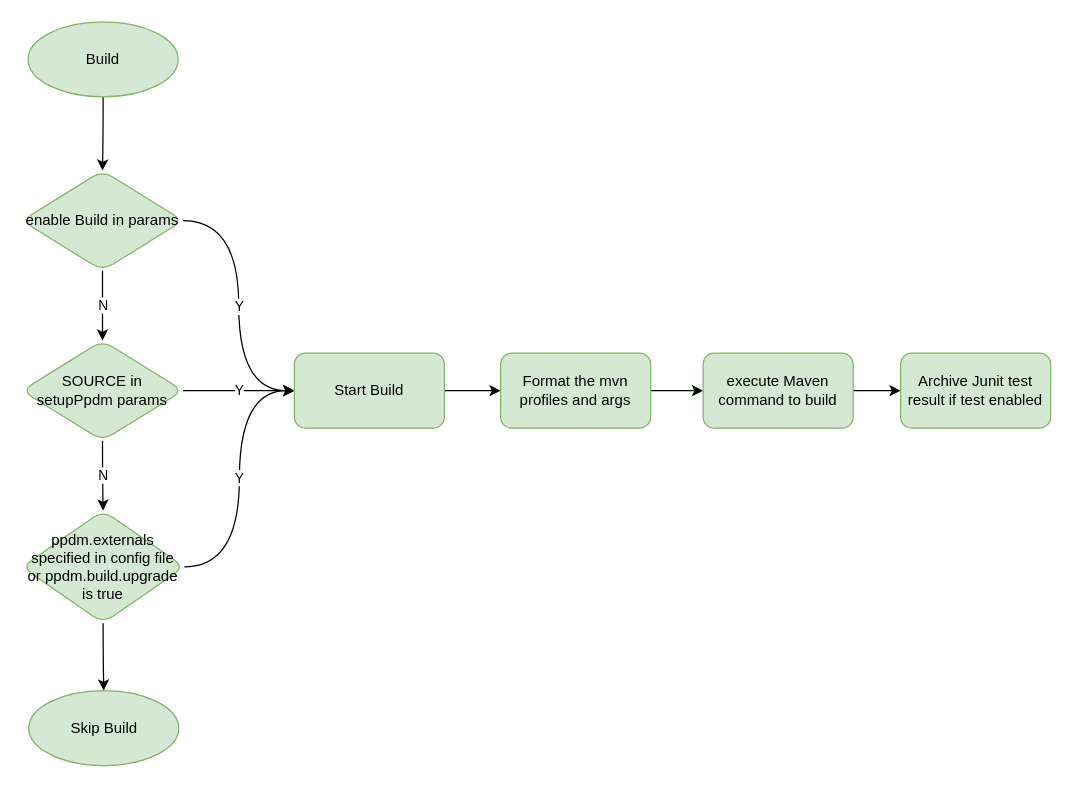
gaivin/drawio keeps this draw.io diagram as page "Build" (3 of 5) of fs_index.drawio. Above is the earlier version. Source tidied: cells renumbered, new cells numbered last; positions are measured from the earlier drawing's top-left corner, leaving out a move shared by most shapes. Both pictures are drawn from the tidied source at 125%, with x=0, y=0 at pixel (21, 21).
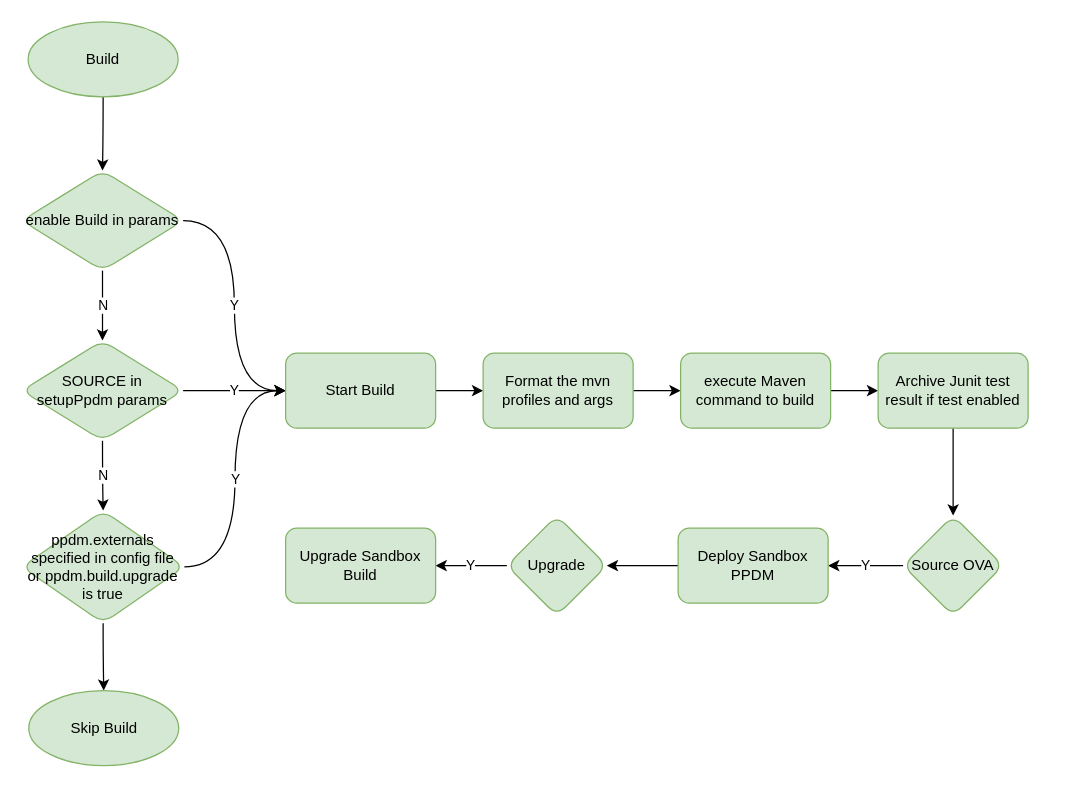
The same page after the edit.

Change to the diagram source:
```diff
@@
     <mxCell id="12" value="Start Build" style="whiteSpace=wrap;html=1;fillColor=#d5e8d4;strokeColor=#82b366;rounded=1;" parent="1" vertex="1">
-      <mxGeometry x="218" y="265" width="120" height="60" as="geometry" />
+      <mxGeometry x="211" y="265" width="120" height="60" as="geometry" />
     </mxCell>
@@
     <mxCell id="17" value="Format the mvn profiles and args" style="whiteSpace=wrap;html=1;fillColor=#d5e8d4;strokeColor=#82b366;rounded=1;" parent="1" vertex="1">
-      <mxGeometry x="383" y="265" width="120" height="60" as="geometry" />
+      <mxGeometry x="369" y="265" width="120" height="60" as="geometry" />
     </mxCell>
@@
     <mxCell id="19" value="execute Maven command to build" style="whiteSpace=wrap;html=1;fillColor=#d5e8d4;strokeColor=#82b366;rounded=1;" parent="1" vertex="1">
-      <mxGeometry x="545" y="265" width="120" height="60" as="geometry" />
+      <mxGeometry x="527" y="265" width="120" height="60" as="geometry" />
     </mxCell>
+    <mxCell id="21" style="edgeStyle=orthogonalEdgeStyle;curved=1;rounded=0;jettySize=auto;html=1;" parent="1" edge="1" source="20" target="23">
+      <mxGeometry relative="1" as="geometry" />
+    </mxCell>
     <mxCell id="20" value="Archive Junit test result if test enabled" style="whiteSpace=wrap;html=1;fillColor=#d5e8d4;strokeColor=#82b366;rounded=1;" parent="1" vertex="1">
-      <mxGeometry x="703" y="265" width="120" height="60" as="geometry" />
+      <mxGeometry x="685" y="265" width="120" height="60" as="geometry" />
     </mxCell>
+    <mxCell id="22" value="Y" style="edgeStyle=orthogonalEdgeStyle;curved=1;rounded=0;jettySize=auto;html=1;" parent="1" edge="1" source="23" target="25">
+      <mxGeometry relative="1" as="geometry" />
+    </mxCell>
+    <mxCell id="23" value="Source OVA" style="rhombus;whiteSpace=wrap;html=1;fillColor=#d5e8d4;strokeColor=#82b366;rounded=1;" parent="1" vertex="1">
+      <mxGeometry x="705" y="395" width="80" height="80" as="geometry" />
+    </mxCell>
+    <mxCell id="24" style="edgeStyle=orthogonalEdgeStyle;curved=1;rounded=0;jettySize=auto;html=1;" parent="1" edge="1" source="25" target="27">
+      <mxGeometry relative="1" as="geometry" />
+    </mxCell>
+    <mxCell id="25" value="Deploy Sandbox PPDM" style="whiteSpace=wrap;html=1;fillColor=#d5e8d4;strokeColor=#82b366;rounded=1;" parent="1" vertex="1">
+      <mxGeometry x="525" y="405" width="120" height="60" as="geometry" />
+    </mxCell>
+    <mxCell id="26" value="Y" style="edgeStyle=orthogonalEdgeStyle;curved=1;rounded=0;jettySize=auto;html=1;" parent="1" edge="1" source="27" target="28">
+      <mxGeometry relative="1" as="geometry" />
+    </mxCell>
+    <mxCell id="27" value="Upgrade" style="rhombus;whiteSpace=wrap;html=1;fillColor=#d5e8d4;strokeColor=#82b366;rounded=1;" parent="1" vertex="1">
+      <mxGeometry x="388" y="395" width="80" height="80" as="geometry" />
+    </mxCell>
+    <mxCell id="28" value="Upgrade Sandbox Build" style="whiteSpace=wrap;html=1;fillColor=#d5e8d4;strokeColor=#82b366;rounded=1;" parent="1" vertex="1">
+      <mxGeometry x="211" y="405" width="120" height="60" as="geometry" />
+    </mxCell>
```
